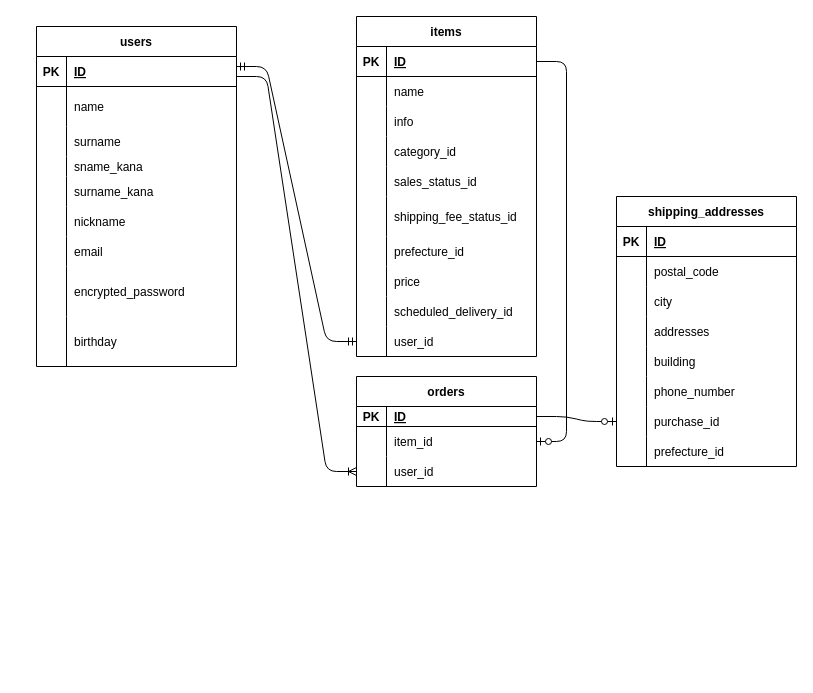
The draw.io diagram db.dio in kuragekamaboko/furima-38998, before the edit. Source tidied: cells renumbered, new cells numbered last; positions are measured from the earlier drawing's top-left corner, leaving out a move shared by most shapes. Both pictures are drawn from the tidied source at 100%, with x=0, y=0 at pixel (36, 16).
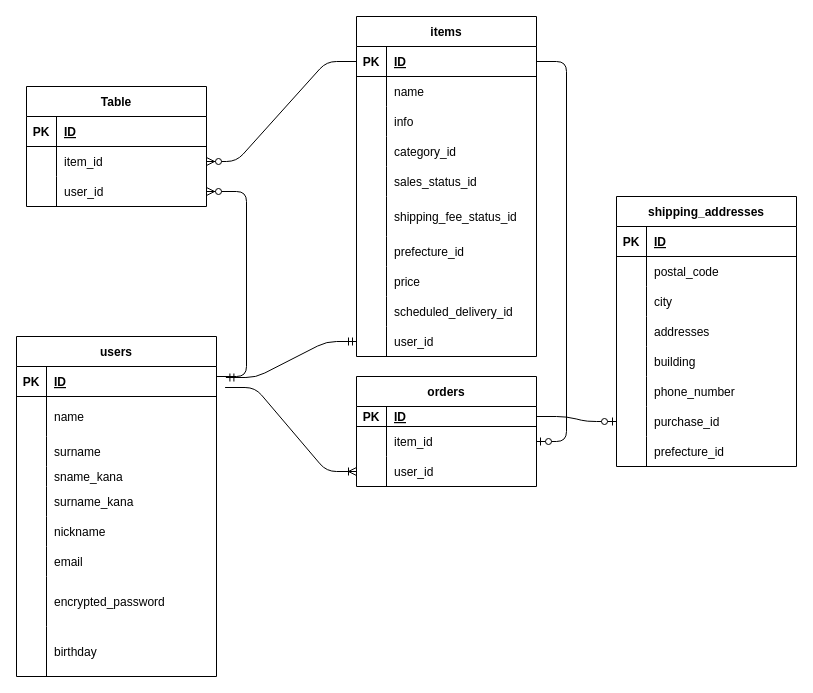
After the change.

Commit message:
dbモデルの修正

The change refers to these unchanged cells:
```xml
<mxCell id="3" style="shape=tableRow;horizontal=0;startSize=0;swimlaneHead=0;swimlaneBody=0;fillColor=none;points=[[0,0.5],[1,0.5]];portConstraint=eastwest;top=0;left=0;right=0;bottom=1;" parent="2" vertex="1">
  <mxGeometry y="30" width="200" height="30" as="geometry" />
</mxCell>
<mxCell id="31" style="shape=tableRow;horizontal=0;startSize=0;swimlaneHead=0;swimlaneBody=0;fillColor=none;points=[[0,0.5],[1,0.5]];portConstraint=eastwest;top=0;left=0;right=0;bottom=1;" parent="30" vertex="1">
  <mxGeometry y="30" width="180" height="30" as="geometry" />
</mxCell>
<mxCell id="58" style="shape=tableRow;horizontal=0;startSize=0;swimlaneHead=0;swimlaneBody=0;fillColor=none;points=[[0,0.5],[1,0.5]];portConstraint=eastwest;top=0;left=0;right=0;bottom=0;" parent="30" vertex="1">
  <mxGeometry y="310" width="180" height="30" as="geometry" />
</mxCell>
<mxCell id="94" style="shape=tableRow;horizontal=0;startSize=0;swimlaneHead=0;swimlaneBody=0;fillColor=none;points=[[0,0.5],[1,0.5]];portConstraint=eastwest;top=0;left=0;right=0;bottom=0;" parent="87" vertex="1">
  <mxGeometry y="80" width="180" height="30" as="geometry" />
</mxCell>
```

What changed in the source:
```diff
@@
     <mxCell id="2" value="users" style="shape=table;startSize=30;childLayout=tableLayout;rowLines=0;fontStyle=1;align=center;" parent="1" vertex="1">
-      <mxGeometry y="10" width="200" height="340" as="geometry" />
+      <mxGeometry x="-20" y="320" width="200" height="340" as="geometry" />
     </mxCell>
@@
-    <mxCell id="86" style="edgeStyle=entityRelationEdgeStyle;fontSize=12;html=1;endArrow=ERmandOne;startArrow=ERmandOne;entryX=0;entryY=0.5;entryDx=0;entryDy=0;" parent="1" edge="1" target="58">
-      <mxGeometry relative="1" as="geometry">
-        <mxPoint x="200" y="50" as="sourcePoint" />
-      </mxGeometry>
+    <mxCell id="86" style="edgeStyle=entityRelationEdgeStyle;fontSize=12;html=1;endArrow=ERmandOne;startArrow=ERmandOne;entryX=0;entryY=0.5;entryDx=0;entryDy=0;exitX=1.047;exitY=0.367;exitDx=0;exitDy=0;exitPerimeter=0;" parent="1" edge="1" source="3" target="58">
+      <mxGeometry relative="1" as="geometry" />
     </mxCell>
@@
-    <mxCell id="97" style="edgeStyle=entityRelationEdgeStyle;fontSize=12;html=1;endArrow=ERoneToMany;entryX=0;entryY=0.5;entryDx=0;entryDy=0;" parent="1" edge="1" target="94">
-      <mxGeometry relative="1" as="geometry">
-        <mxPoint x="200" y="60" as="sourcePoint" />
-      </mxGeometry>
+    <mxCell id="97" style="edgeStyle=entityRelationEdgeStyle;fontSize=12;html=1;endArrow=ERoneToMany;entryX=0;entryY=0.5;entryDx=0;entryDy=0;exitX=1.043;exitY=0.7;exitDx=0;exitDy=0;exitPerimeter=0;" parent="1" edge="1" source="3" target="94">
+      <mxGeometry relative="1" as="geometry" />
     </mxCell>
@@
+    <mxCell id="100" value="Table" style="shape=table;startSize=30;childLayout=tableLayout;rowLines=0;fontStyle=1;align=center;" parent="1" vertex="1">
+      <mxGeometry x="-10" y="70" width="180" height="120" as="geometry" />
+    </mxCell>
+    <mxCell id="101" style="shape=tableRow;horizontal=0;startSize=0;swimlaneHead=0;swimlaneBody=0;fillColor=none;top=0;left=0;right=0;bottom=1;" parent="100" vertex="1">
+      <mxGeometry y="30" width="180" height="30" as="geometry" />
+    </mxCell>
+    <mxCell id="102" value="PK" style="shape=partialRectangle;fillColor=none;top=0;left=0;bottom=0;right=0;fontStyle=1;overflow=hidden;" parent="101" vertex="1">
+      <mxGeometry width="30" height="30" as="geometry" />
+    </mxCell>
+    <mxCell id="103" value="ID" style="shape=partialRectangle;fillColor=none;top=0;left=0;bottom=0;right=0;align=left;spacingLeft=6;fontStyle=5;overflow=hidden;" parent="101" vertex="1">
+      <mxGeometry x="30" width="150" height="30" as="geometry" />
+    </mxCell>
+    <mxCell id="104" style="shape=tableRow;horizontal=0;startSize=0;swimlaneHead=0;swimlaneBody=0;fillColor=none;points=[[0,0.5],[1,0.5]];portConstraint=eastwest;top=0;left=0;right=0;bottom=0;" parent="100" vertex="1">
+      <mxGeometry y="60" width="180" height="30" as="geometry" />
+    </mxCell>
+    <mxCell id="105" style="shape=partialRectangle;fillColor=none;top=0;left=0;bottom=0;right=0;overflow=hidden;" parent="104" vertex="1">
+      <mxGeometry width="30" height="30" as="geometry" />
+    </mxCell>
+    <mxCell id="106" value="item_id" style="shape=partialRectangle;fillColor=none;top=0;left=0;bottom=0;right=0;align=left;spacingLeft=6;overflow=hidden;" parent="104" vertex="1">
+      <mxGeometry x="30" width="150" height="30" as="geometry" />
+    </mxCell>
+    <mxCell id="107" style="shape=tableRow;horizontal=0;startSize=0;swimlaneHead=0;swimlaneBody=0;fillColor=none;points=[[0,0.5],[1,0.5]];portConstraint=eastwest;top=0;left=0;right=0;bottom=0;" parent="100" vertex="1">
+      <mxGeometry y="90" width="180" height="30" as="geometry" />
+    </mxCell>
+    <mxCell id="108" style="shape=partialRectangle;fillColor=none;top=0;left=0;bottom=0;right=0;overflow=hidden;" parent="107" vertex="1">
+      <mxGeometry width="30" height="30" as="geometry" />
+    </mxCell>
+    <mxCell id="109" value="user_id" style="shape=partialRectangle;fillColor=none;top=0;left=0;bottom=0;right=0;align=left;spacingLeft=6;overflow=hidden;" parent="107" vertex="1">
+      <mxGeometry x="30" width="150" height="30" as="geometry" />
+    </mxCell>
+    <mxCell id="110" style="edgeStyle=entityRelationEdgeStyle;fontSize=12;html=1;endArrow=ERzeroToMany;endFill=1;entryX=1;entryY=0.5;entryDx=0;entryDy=0;exitX=0;exitY=0.5;exitDx=0;exitDy=0;" parent="1" edge="1" source="31" target="104">
+      <mxGeometry relative="1" as="geometry" />
+    </mxCell>
+    <mxCell id="111" style="edgeStyle=entityRelationEdgeStyle;fontSize=12;html=1;endArrow=ERzeroToMany;endFill=1;entryX=1;entryY=0.5;entryDx=0;entryDy=0;" parent="1" edge="1" target="107">
+      <mxGeometry relative="1" as="geometry">
+        <mxPoint x="180" y="360" as="sourcePoint" />
+      </mxGeometry>
+    </mxCell>
```
